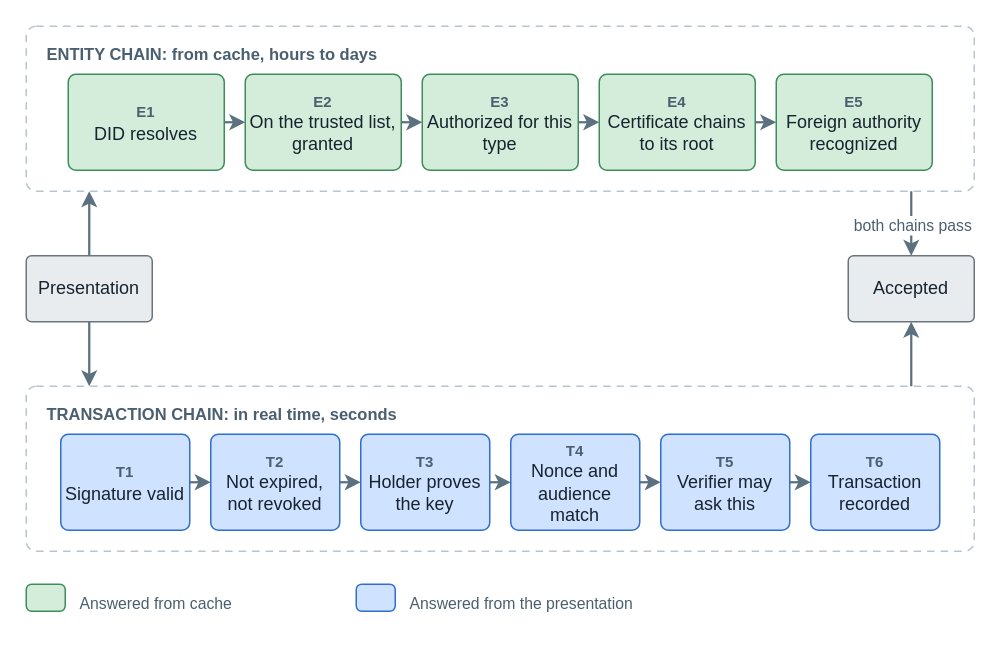
Earlier version of the draw.io diagram images/architecture-framework/trust-model/entity-chain-and-transaction-chain.drawio (id-verifiable-credential-dev/id-doc-idctf). Source tidied: cells renumbered, new cells numbered last; positions are measured from the earlier drawing's top-left corner, leaving out a move shared by most shapes. Both pictures are drawn from the tidied source at 150%, with x=0, y=0 at pixel (26, 26).
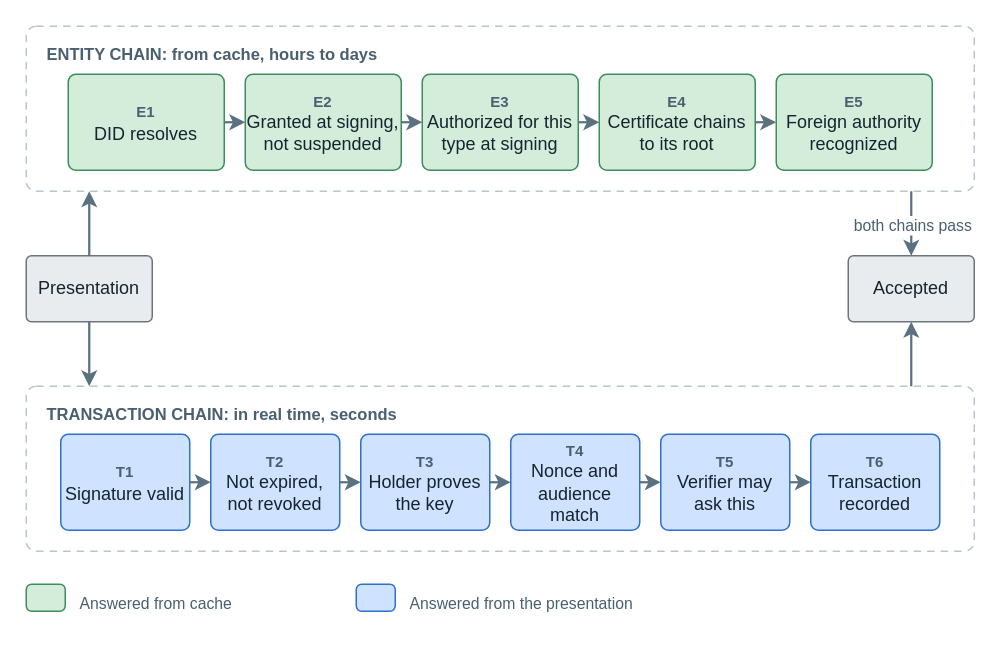
The same page after the edit.

Change to the diagram source:
```diff
@@
-    <mxCell id="5" value="&lt;font style=&quot;font-size: 10px;&quot; color=&quot;#4a5f6f&quot;&gt;&lt;b&gt;E2&lt;/b&gt;&lt;/font&gt;&lt;br&gt;On the trusted list, granted" style="rounded=1;arcSize=8;fillColor=#d4edda;strokeColor=#3c8d5a;fontSize=12;fontColor=#16242f;html=1;whiteSpace=wrap;verticalAlign=middle;" parent="1" vertex="1">
+    <mxCell id="5" value="&lt;font style=&quot;font-size: 10px;&quot; color=&quot;#4a5f6f&quot;&gt;&lt;b&gt;E2&lt;/b&gt;&lt;/font&gt;&lt;br&gt;Granted at signing, not suspended" style="rounded=1;arcSize=8;fillColor=#d4edda;strokeColor=#3c8d5a;fontSize=12;fontColor=#16242f;html=1;whiteSpace=wrap;verticalAlign=middle;" parent="1" vertex="1">
       <mxGeometry x="146" y="32" width="104" height="64" as="geometry" />
     </mxCell>
@@
-    <mxCell id="7" value="&lt;font style=&quot;font-size: 10px;&quot; color=&quot;#4a5f6f&quot;&gt;&lt;b&gt;E3&lt;/b&gt;&lt;/font&gt;&lt;br&gt;Authorized for this type" style="rounded=1;arcSize=8;fillColor=#d4edda;strokeColor=#3c8d5a;fontSize=12;fontColor=#16242f;html=1;whiteSpace=wrap;verticalAlign=middle;" parent="1" vertex="1">
+    <mxCell id="7" value="&lt;font style=&quot;font-size: 10px;&quot; color=&quot;#4a5f6f&quot;&gt;&lt;b&gt;E3&lt;/b&gt;&lt;/font&gt;&lt;br&gt;Authorized for this type at signing" style="rounded=1;arcSize=8;fillColor=#d4edda;strokeColor=#3c8d5a;fontSize=12;fontColor=#16242f;html=1;whiteSpace=wrap;verticalAlign=middle;" parent="1" vertex="1">
       <mxGeometry x="264" y="32" width="104" height="64" as="geometry" />
     </mxCell>
```
